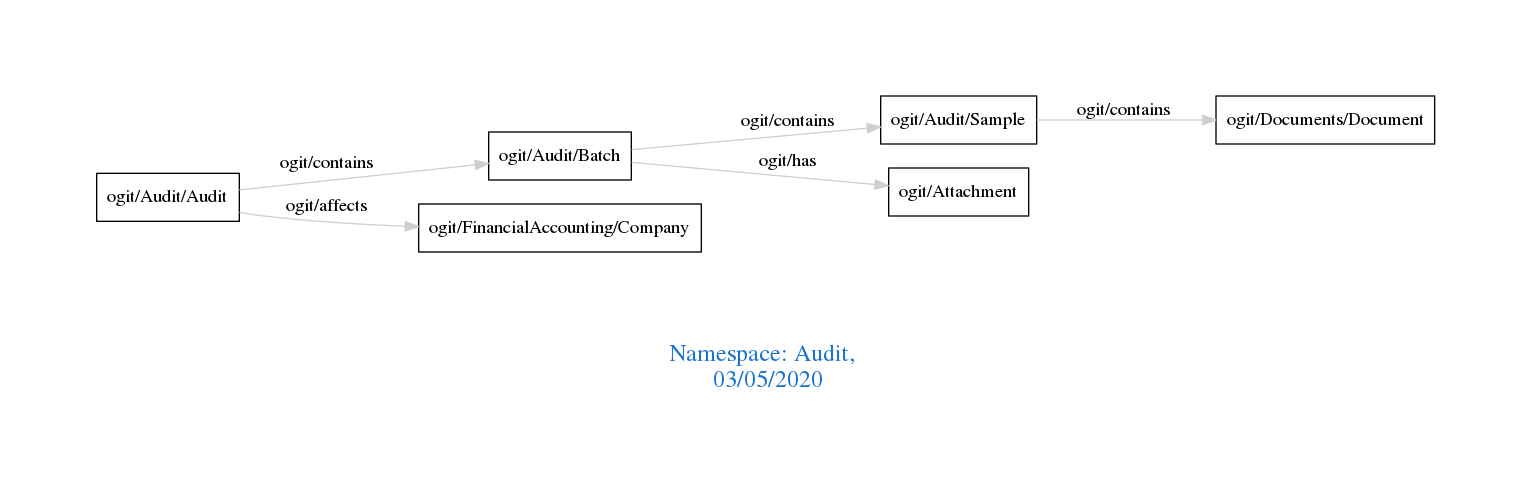
Above: downloads/Audit.png in arago/OGIT (Graphviz), before the change. Its source is kept beside it as downloads/Audit.dot.
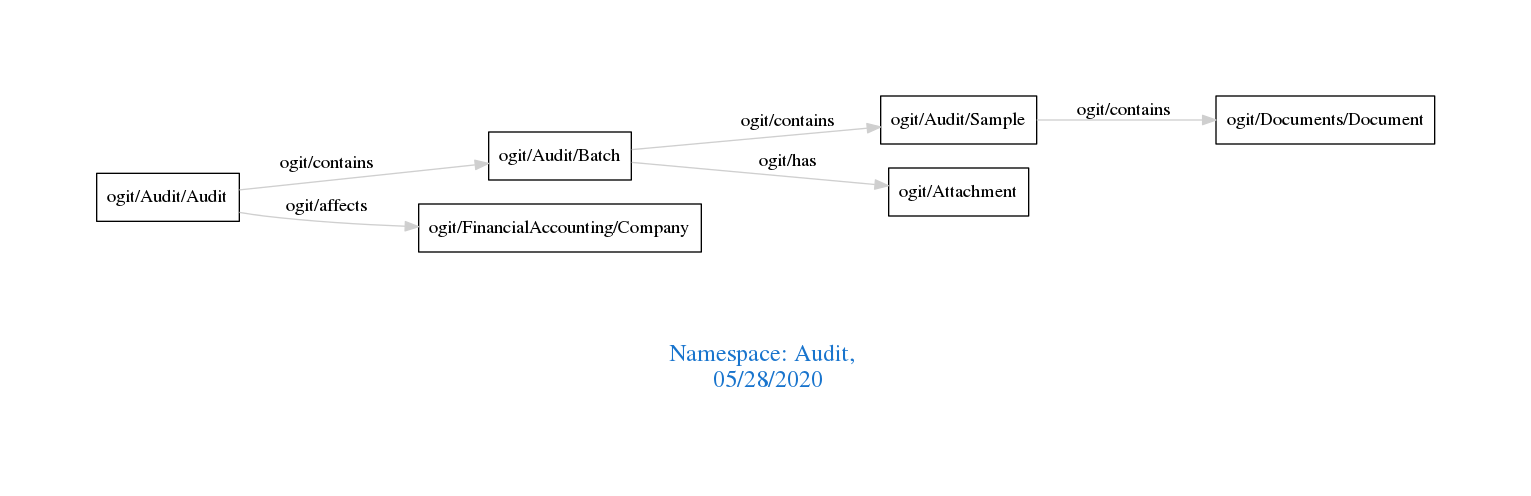
The same diagram one commit later.

Change to the diagram source:
```diff
@@ -1,7 +1,7 @@
 digraph OGIT_ontology {
  graph [ rankdir= LR,pad=1
 fontsize = 18,
-fontcolor= dodgerblue3,label = "\n\n\nNamespace: Audit, \n 03/05/2020"];
+fontcolor= dodgerblue3,label = "\n\n\nNamespace: Audit, \n 05/28/2020"];
 node[shape=polygon];
 edge [  color="gray81"];
 
```
